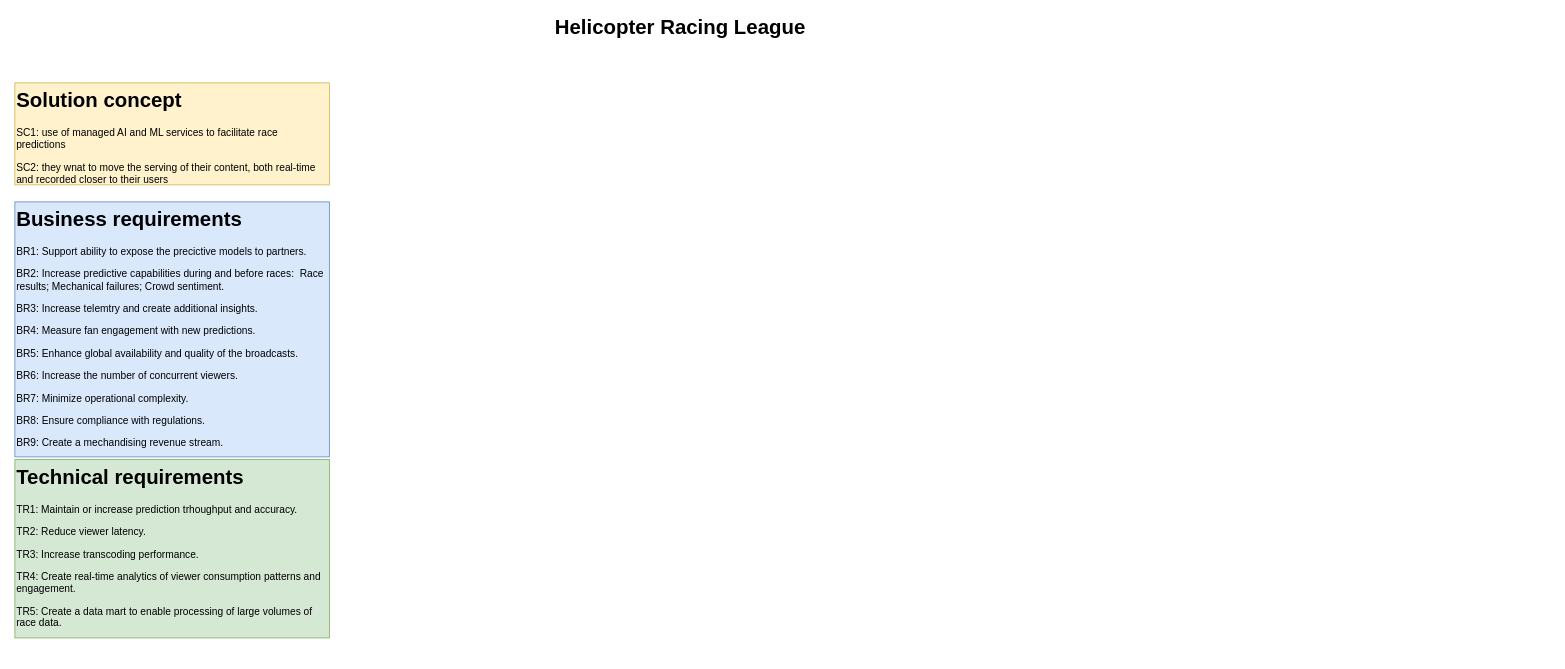
Before: HRLHelicopterCaseStudy.drawio in mcartagena/gcp-architect-certification, a draw.io diagram. Source tidied: cells renumbered, new cells numbered last; positions are measured from the earlier drawing's top-left corner, leaving out a move shared by most shapes. Both pictures are drawn from the tidied source at 85%, with x=0, y=0 at pixel (14, 14). Pictures stored in the file or linked from it are replaced by grey dashed boxes.
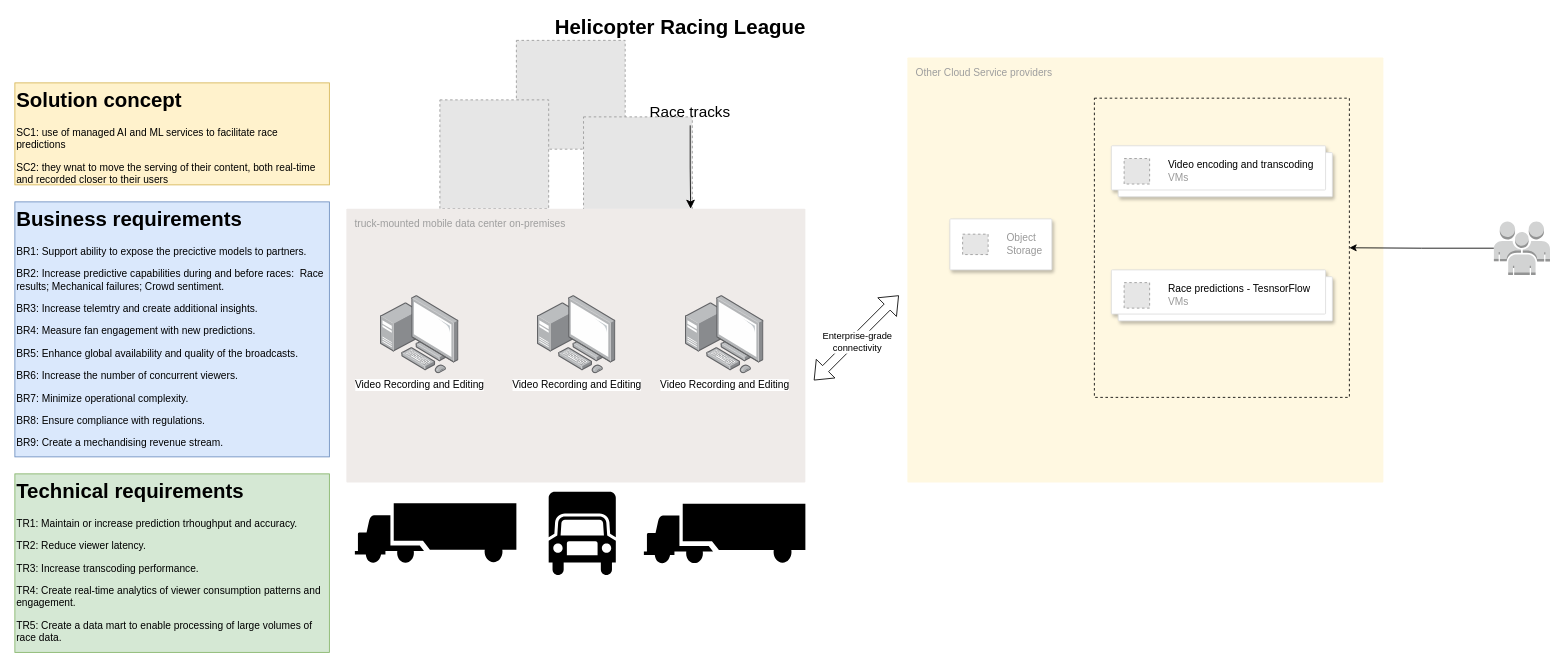
The same page after the edit.

The edit, as a diff of the source:
```diff
@@
     <mxCell id="5" value="&lt;h1 style=&quot;margin-top: 0px;&quot;&gt;Technical requirements&lt;/h1&gt;&lt;p&gt;TR1: Maintain or increase prediction trhoughput and accuracy.&lt;/p&gt;&lt;p&gt;&lt;span style=&quot;background-color: initial;&quot;&gt;TR2: Reduce viewer latency.&lt;/span&gt;&lt;/p&gt;&lt;p&gt;&lt;span style=&quot;background-color: initial;&quot;&gt;TR3: Increase transcoding performance.&lt;/span&gt;&lt;/p&gt;&lt;p&gt;&lt;span style=&quot;background-color: initial;&quot;&gt;TR4: Create real-time analytics of viewer consumption patterns and engagement.&lt;/span&gt;&lt;/p&gt;&lt;p&gt;&lt;span style=&quot;background-color: initial;&quot;&gt;TR5: Create a data mart to enable processing of large volumes of race data.&lt;/span&gt;&lt;/p&gt;" style="text;html=1;whiteSpace=wrap;overflow=hidden;rounded=0;fillColor=#d5e8d4;strokeColor=#82b366;" parent="1" vertex="1">
-      <mxGeometry y="523" width="370" height="210" as="geometry" />
+      <mxGeometry y="540" width="370" height="210" as="geometry" />
     </mxCell>
+    <mxCell id="6" value="Other Cloud Service providers" style="sketch=0;rounded=1;absoluteArcSize=1;arcSize=2;html=1;strokeColor=none;gradientColor=none;shadow=0;dashed=0;fontSize=12;fontColor=#9E9E9E;align=left;verticalAlign=top;spacing=10;spacingTop=-4;whiteSpace=wrap;fillColor=#FFF8E1;" parent="1" vertex="1">
+      <mxGeometry x="1050" y="50" width="560" height="500" as="geometry" />
+    </mxCell>
+    <mxCell id="7" style="strokeColor=#dddddd;shadow=1;strokeWidth=1;rounded=1;absoluteArcSize=1;arcSize=2;" parent="1" vertex="1">
+      <mxGeometry x="1100" y="240" width="120" height="60" as="geometry" />
+    </mxCell>
+    <mxCell id="8" value="Object&lt;br&gt;Storage" style="fillColor=#E6E6E6;strokeColor=#999999;dashed=1;html=1;fontColor=#999999;verticalLabelPosition=middle;verticalAlign=middle;labelPosition=right;align=left;spacingLeft=20;" parent="7" vertex="1">
+      <mxGeometry width="30" height="24" relative="1" as="geometry">
+        <mxPoint x="15" y="18" as="offset" />
+      </mxGeometry>
+    </mxCell>
+    <mxCell id="9" style="fillColor=#E6E6E6;strokeColor=#999999;dashed=1;html=1;verticalAlign=top;verticalLabelPosition=bottom;labelBackgroundColor=#ffffff;" parent="1" vertex="1">
+      <mxGeometry x="590" y="30" width="128" height="128" as="geometry" />
+    </mxCell>
+    <mxCell id="10" style="fillColor=#E6E6E6;strokeColor=#999999;dashed=1;html=1;verticalAlign=top;verticalLabelPosition=bottom;labelBackgroundColor=#ffffff;" parent="1" vertex="1">
+      <mxGeometry x="500" y="100" width="128" height="128" as="geometry" />
+    </mxCell>
+    <mxCell id="11" style="fillColor=#E6E6E6;strokeColor=#999999;dashed=1;html=1;verticalAlign=top;verticalLabelPosition=bottom;labelBackgroundColor=#ffffff;" parent="1" vertex="1">
+      <mxGeometry x="669" y="120" width="128" height="128" as="geometry" />
+    </mxCell>
+    <mxCell id="12" style="shape=flexArrow;endArrow=classic;startArrow=classic;html=1;rounded=0;" parent="1" edge="1">
+      <mxGeometry relative="1" as="geometry">
+        <mxPoint x="940" y="430" as="sourcePoint" />
+        <mxPoint x="1040" y="330" as="targetPoint" />
+      </mxGeometry>
+    </mxCell>
+    <mxCell id="13" value="Enterprise-grade&lt;div&gt;connectivity&lt;/div&gt;" style="edgeLabel;html=1;align=center;verticalAlign=middle;" parent="12" vertex="1">
+      <mxGeometry x="-0.04" y="-4" relative="1" as="geometry" />
+    </mxCell>
+    <mxCell id="14" style="shape=mxgraph.signs.transportation.truck_4;html=1;fillColor=#000000;strokeColor=none;verticalLabelPosition=bottom;verticalAlign=top;align=center;" parent="1" vertex="1">
+      <mxGeometry x="740" y="575" width="190" height="70" as="geometry" />
+    </mxCell>
+    <mxCell id="15" style="shape=mxgraph.signs.transportation.truck_6;html=1;fillColor=#000000;strokeColor=none;verticalLabelPosition=bottom;verticalAlign=top;align=center;" parent="1" vertex="1">
+      <mxGeometry x="628" y="561" width="79" height="98" as="geometry" />
+    </mxCell>
+    <mxCell id="16" style="shape=mxgraph.signs.transportation.truck_4;html=1;fillColor=#000000;strokeColor=none;verticalLabelPosition=bottom;verticalAlign=top;align=center;" parent="1" vertex="1">
+      <mxGeometry x="400" y="574.5" width="190" height="70" as="geometry" />
+    </mxCell>
+    <mxCell id="17" value="Race tracks" style="text;html=1;align=center;verticalAlign=middle;whiteSpace=wrap;rounded=0;fontSize=18;" parent="1" vertex="1">
+      <mxGeometry x="743" y="100" width="103" height="30" as="geometry" />
+    </mxCell>
+    <mxCell id="18" value="truck-mounted mobile data center on-premises" style="sketch=0;points=[[0,0,0],[0.25,0,0],[0.5,0,0],[0.75,0,0],[1,0,0],[1,0.25,0],[1,0.5,0],[1,0.75,0],[1,1,0],[0.75,1,0],[0.5,1,0],[0.25,1,0],[0,1,0],[0,0.75,0],[0,0.5,0],[0,0.25,0]];rounded=1;absoluteArcSize=1;arcSize=2;html=1;strokeColor=none;gradientColor=none;shadow=0;dashed=0;fontSize=12;fontColor=#9E9E9E;align=left;verticalAlign=top;spacing=10;spacingTop=-4;whiteSpace=wrap;fillColor=#EFEBE9;" parent="1" vertex="1">
+      <mxGeometry x="390" y="228" width="540" height="322" as="geometry" />
+    </mxCell>
+    <mxCell id="19" value="Video Recording and Editing" style="image;html=1;align=center;shadow=0;dashed=0;image=img/lib/allied_telesis/computer_and_terminals/Personal_Computer_with_Server.svg;" parent="1" vertex="1">
+      <mxGeometry x="430" y="330" width="92.4" height="92.4" as="geometry" />
+    </mxCell>
+    <mxCell id="20" value="Video Recording and Editing" style="image;html=1;align=center;shadow=0;dashed=0;image=img/lib/allied_telesis/computer_and_terminals/Personal_Computer_with_Server.svg;" parent="1" vertex="1">
+      <mxGeometry x="614.6" y="330" width="92.4" height="92.4" as="geometry" />
+    </mxCell>
+    <mxCell id="21" value="Video Recording and Editing" style="image;html=1;align=center;shadow=0;dashed=0;image=img/lib/allied_telesis/computer_and_terminals/Personal_Computer_with_Server.svg;" parent="1" vertex="1">
+      <mxGeometry x="788.8" y="330" width="92.4" height="92.4" as="geometry" />
+    </mxCell>
+    <mxCell id="22" style="edgeStyle=elbowEdgeStyle;elbow=vertical;endArrow=classic;html=1;curved=0;rounded=0;endSize=8;startSize=8;exitX=0.5;exitY=1;exitDx=0;exitDy=0;entryX=0.75;entryY=0;entryDx=0;entryDy=0;entryPerimeter=0;" parent="1" edge="1" source="17" target="18">
+      <mxGeometry relative="1" as="geometry" />
+    </mxCell>
+    <mxCell id="23" style="edgeStyle=orthogonalEdgeStyle;rounded=0;jettySize=auto;html=1;entryX=1;entryY=0.5;entryDx=0;entryDy=0;" parent="1" edge="1" source="24" target="25">
+      <mxGeometry relative="1" as="geometry" />
+    </mxCell>
+    <mxCell id="24" style="outlineConnect=0;dashed=0;verticalLabelPosition=bottom;verticalAlign=top;align=center;html=1;shape=mxgraph.aws3.users;fillColor=#D2D3D3;gradientColor=none;" parent="1" vertex="1">
+      <mxGeometry x="1740" y="243" width="66" height="63" as="geometry" />
+    </mxCell>
+    <mxCell id="25" style="rounded=0;whiteSpace=wrap;html=1;fillColor=none;dashed=1;" parent="1" vertex="1">
+      <mxGeometry x="1270" y="98" width="300" height="352" as="geometry" />
+    </mxCell>
+    <mxCell id="26" style="shape=mxgraph.gcp2.doubleRect;strokeColor=#dddddd;shadow=1;strokeWidth=1;rounded=1;absoluteArcSize=1;arcSize=2;" parent="1" vertex="1">
+      <mxGeometry x="1290" y="300" width="260" height="60" as="geometry" />
+    </mxCell>
+    <mxCell id="27" value="&lt;font color=&quot;#000000&quot;&gt;Race predictions - TesnsorFlow&lt;/font&gt;&lt;br&gt;VMs" style="fillColor=#E6E6E6;strokeColor=#999999;dashed=1;html=1;fontColor=#999999;verticalLabelPosition=middle;verticalAlign=middle;labelPosition=right;align=left;spacingLeft=20;" parent="26" vertex="1">
+      <mxGeometry width="30" height="30" relative="1" as="geometry">
+        <mxPoint x="15" y="15" as="offset" />
+      </mxGeometry>
+    </mxCell>
+    <mxCell id="28" style="shape=mxgraph.gcp2.doubleRect;strokeColor=#dddddd;shadow=1;strokeWidth=1;rounded=1;absoluteArcSize=1;arcSize=2;" parent="1" vertex="1">
+      <mxGeometry x="1290" y="154" width="260" height="60" as="geometry" />
+    </mxCell>
+    <mxCell id="29" value="&lt;font color=&quot;#000000&quot;&gt;Video encoding and transcoding&lt;/font&gt;&lt;br&gt;VMs" style="fillColor=#E6E6E6;strokeColor=#999999;dashed=1;html=1;fontColor=#999999;verticalLabelPosition=middle;verticalAlign=middle;labelPosition=right;align=left;spacingLeft=20;" parent="28" vertex="1">
+      <mxGeometry width="30" height="30" relative="1" as="geometry">
+        <mxPoint x="15" y="15" as="offset" />
+      </mxGeometry>
+    </mxCell>
```
